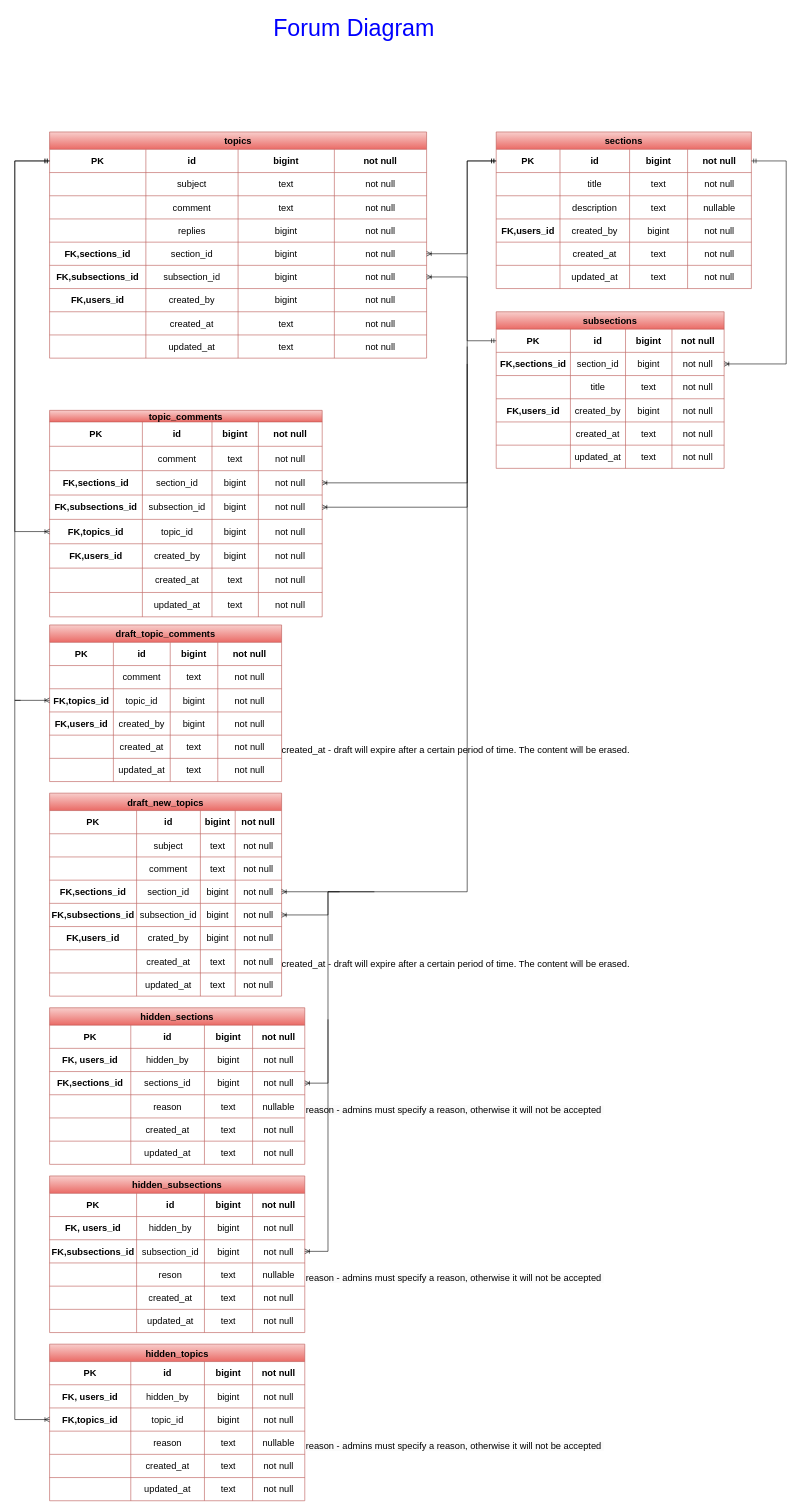
Above: blueprint/forum/diagram.drawio in kingofdice66/ClientTesteOnlineAmazingTeens (draw.io), before the change. Source tidied: cells renumbered, new cells numbered last; positions are measured from the earlier drawing's top-left corner, leaving out a move shared by most shapes. Both pictures are drawn from the tidied source at 58%, with x=0, y=0 at pixel (14, 10).
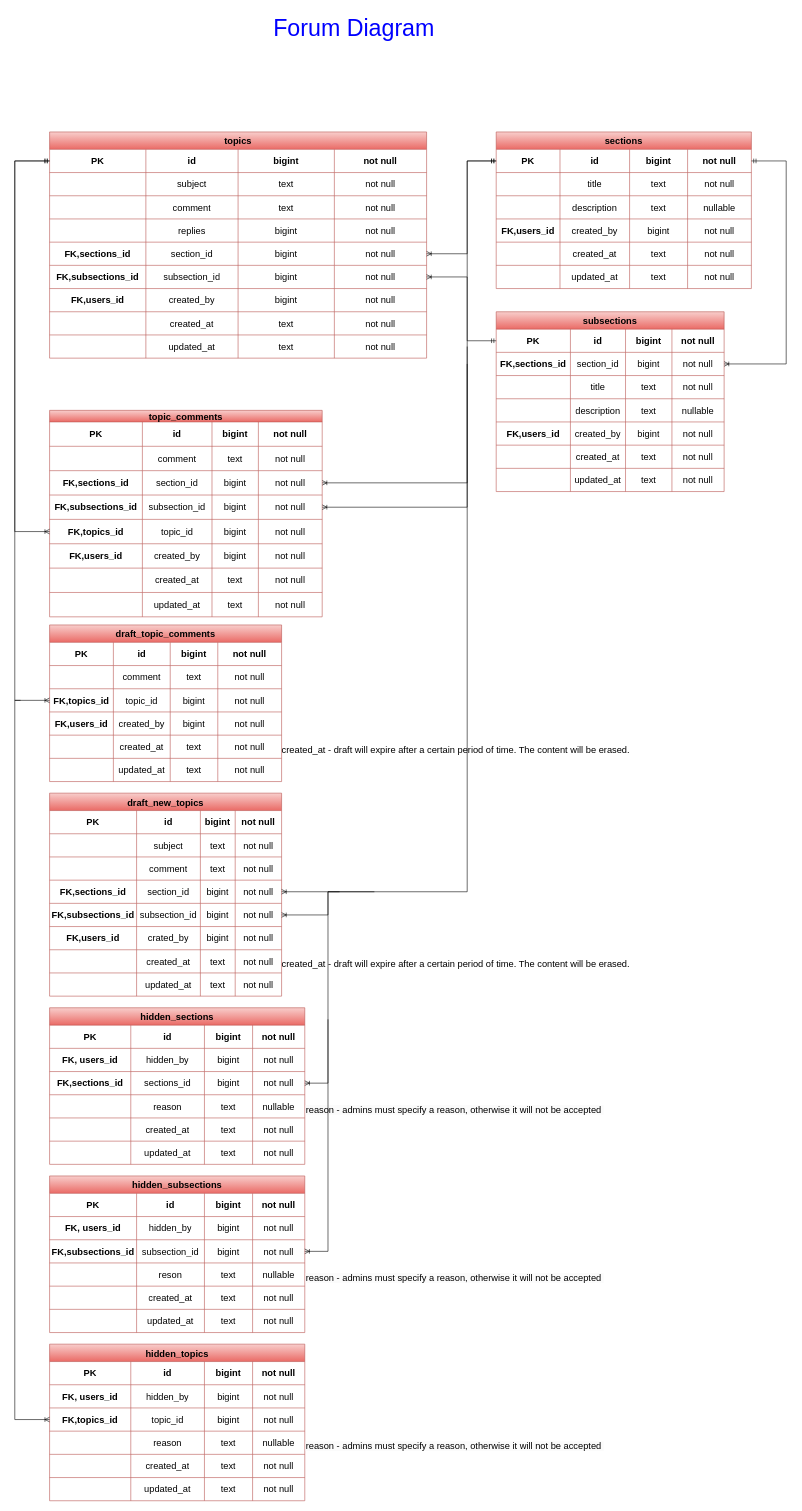
The same diagram, later.

The edit, as a diff of the source:
```diff
@@
     <mxCell id="80" value="subsections" style="shape=table;startSize=30;childLayout=tableLayout;strokeColor=#b85450;fontSize=16;fillColor=#f8cecc;gradientColor=#ea6b66;fontStyle=1;" parent="1" vertex="1">
-      <mxGeometry x="830" y="520" width="393" height="270" as="geometry" />
+      <mxGeometry x="830" y="520" width="393" height="310" as="geometry" />
     </mxCell>
@@
+    <mxCell id="334" style="shape=tableRow;horizontal=0;startSize=0;swimlaneHead=0;swimlaneBody=0;strokeColor=inherit;top=0;left=0;bottom=0;right=0;fillColor=none;fontSize=16;" parent="80" vertex="1">
+      <mxGeometry y="150" width="393" height="40" as="geometry" />
+    </mxCell>
+    <mxCell id="335" style="shape=partialRectangle;html=1;whiteSpace=wrap;strokeColor=inherit;overflow=hidden;fillColor=none;top=0;left=0;bottom=0;right=0;fontSize=16;" parent="334" vertex="1">
+      <mxGeometry width="128" height="40" as="geometry" />
+    </mxCell>
+    <mxCell id="336" value="description" style="shape=partialRectangle;html=1;whiteSpace=wrap;strokeColor=inherit;overflow=hidden;fillColor=none;top=0;left=0;bottom=0;right=0;fontSize=16;" parent="334" vertex="1">
+      <mxGeometry x="128" width="95" height="40" as="geometry" />
+    </mxCell>
+    <mxCell id="337" value="text" style="shape=partialRectangle;html=1;whiteSpace=wrap;strokeColor=inherit;overflow=hidden;fillColor=none;top=0;left=0;bottom=0;right=0;fontSize=16;" parent="334" vertex="1">
+      <mxGeometry x="223" width="80" height="40" as="geometry" />
+    </mxCell>
+    <mxCell id="338" value="nullable" style="shape=partialRectangle;html=1;whiteSpace=wrap;strokeColor=inherit;overflow=hidden;fillColor=none;top=0;left=0;bottom=0;right=0;fontSize=16;" parent="334" vertex="1">
+      <mxGeometry x="303" width="90" height="40" as="geometry" />
+    </mxCell>
     <mxCell id="96" style="shape=tableRow;horizontal=0;startSize=0;swimlaneHead=0;swimlaneBody=0;strokeColor=inherit;top=0;left=0;bottom=0;right=0;fillColor=none;fontSize=16;" parent="80" vertex="1">
-      <mxGeometry y="150" width="393" height="40" as="geometry" />
+      <mxGeometry y="190" width="393" height="40" as="geometry" />
     </mxCell>
@@
     <mxCell id="101" style="shape=tableRow;horizontal=0;startSize=0;swimlaneHead=0;swimlaneBody=0;strokeColor=inherit;top=0;left=0;bottom=0;right=0;fillColor=none;fontSize=16;" parent="80" vertex="1">
-      <mxGeometry y="190" width="393" height="40" as="geometry" />
+      <mxGeometry y="230" width="393" height="40" as="geometry" />
     </mxCell>
@@
     <mxCell id="106" style="shape=tableRow;horizontal=0;startSize=0;swimlaneHead=0;swimlaneBody=0;strokeColor=inherit;top=0;left=0;bottom=0;right=0;fillColor=none;fontSize=16;" parent="80" vertex="1">
-      <mxGeometry y="230" width="393" height="40" as="geometry" />
+      <mxGeometry y="270" width="393" height="40" as="geometry" />
     </mxCell>
```
